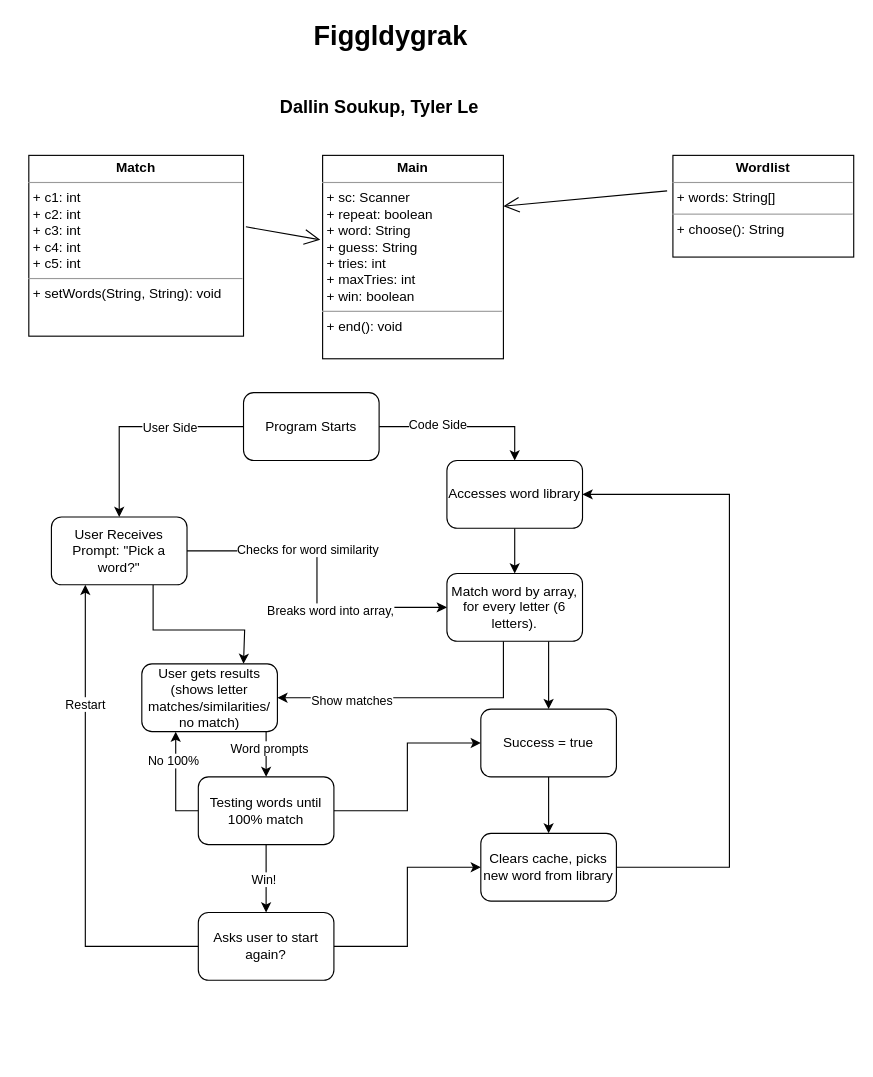
9652211/SANDERSON keeps this draw.io diagram as test.drawio. Above is the earlier version. Source tidied: cells renumbered, new cells numbered last; positions are measured from the earlier drawing's top-left corner, leaving out a move shared by most shapes. Both pictures are drawn from the tidied source at 113%, with x=0, y=0 at pixel (28, 19).
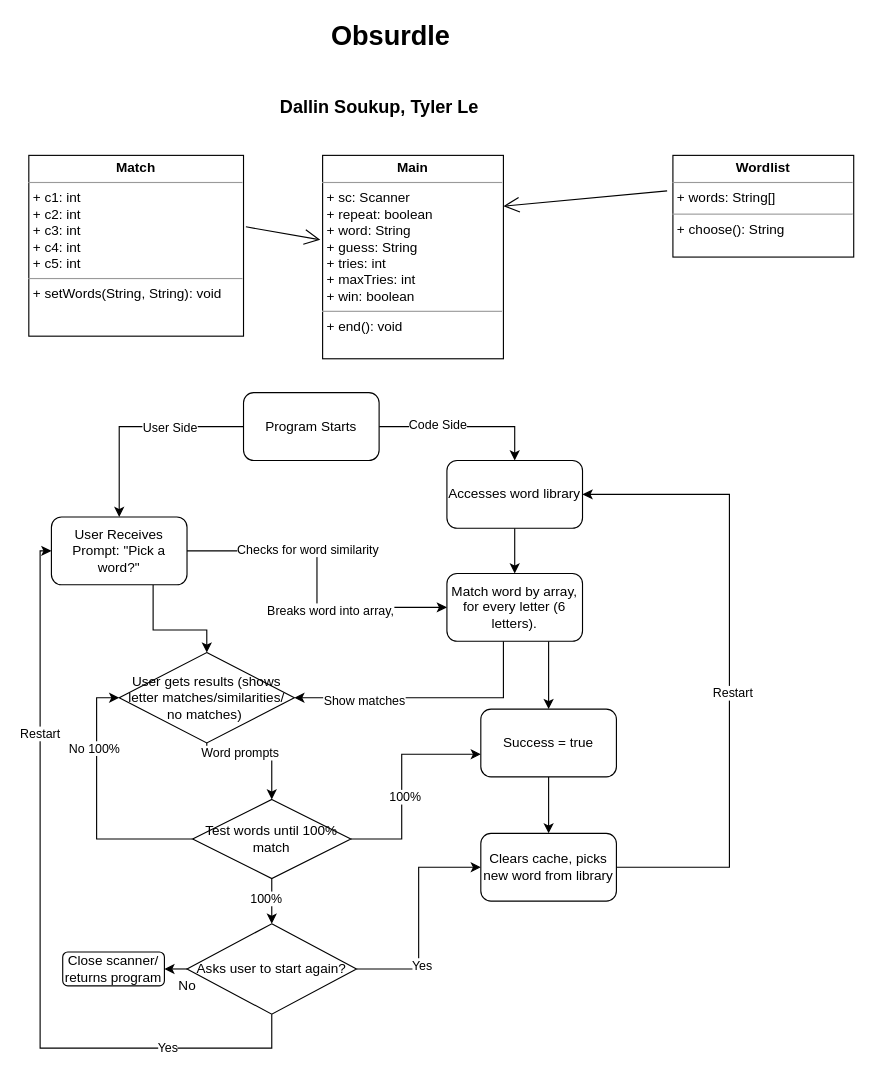
The same diagram, later.

Unchanged cells that the change refers to:
```xml
<mxCell id="20" value="User Receives Prompt: &quot;Pick a word?&quot;" style="rounded=1;whiteSpace=wrap;html=1;" parent="1" vertex="1">
  <mxGeometry x="20" y="440" width="120" height="60" as="geometry" />
</mxCell>
<mxCell id="24" value="Match word by array, for every letter (6 letters)." style="rounded=1;whiteSpace=wrap;html=1;" parent="1" vertex="1">
  <mxGeometry x="370" y="490" width="120" height="60" as="geometry" />
</mxCell>
<mxCell id="39" value="Success = true" style="rounded=1;whiteSpace=wrap;html=1;" parent="1" vertex="1">
  <mxGeometry x="400" y="610" width="120" height="60" as="geometry" />
</mxCell>
<mxCell id="40" style="edgeStyle=orthogonalEdgeStyle;rounded=0;jettySize=auto;html=1;entryX=1;entryY=0.5;entryDx=0;entryDy=0;" parent="1" edge="1" source="41" target="15">
  <mxGeometry relative="1" as="geometry">
    <Array as="points">
      <mxPoint x="620" y="750" />
      <mxPoint x="620" y="420" />
    </Array>
  </mxGeometry>
</mxCell>
<mxCell id="41" value="Clears cache, picks new word from library" style="rounded=1;whiteSpace=wrap;html=1;" parent="1" vertex="1">
  <mxGeometry x="400" y="720" width="120" height="60" as="geometry" />
</mxCell>
```

Change to the diagram source:
```diff
@@
-    <mxCell id="2" value="Figgldygrak" style="text;strokeColor=none;fillColor=none;html=1;fontSize=24;fontStyle=1;verticalAlign=middle;align=center;" parent="1" vertex="1">
+    <mxCell id="2" value="Obsurdle" style="text;strokeColor=none;fillColor=none;html=1;fontSize=24;fontStyle=1;verticalAlign=middle;align=center;" parent="1" vertex="1">
       <mxGeometry x="240" width="160" height="30" as="geometry" />
     </mxCell>
@@
-    <mxCell id="19" style="edgeStyle=orthogonalEdgeStyle;rounded=0;orthogonalLoop=1;jettySize=auto;html=1;" parent="1" edge="1">
+    <mxCell id="19" style="edgeStyle=orthogonalEdgeStyle;rounded=0;jettySize=auto;html=1;entryX=0.5;entryY=0;entryDx=0;entryDy=0;" parent="1" edge="1" target="47">
       <mxGeometry relative="1" as="geometry">
         <mxPoint x="110" y="500" as="sourcePoint" />
-        <mxPoint x="190" y="570" as="targetPoint" />
         <Array as="points">
           <mxPoint x="110" y="540" />
-          <mxPoint x="191" y="540" />
+          <mxPoint x="158" y="540" />
         </Array>
       </mxGeometry>
     </mxCell>
@@
-    <mxCell id="21" style="edgeStyle=orthogonalEdgeStyle;rounded=0;jettySize=auto;html=1;entryX=1;entryY=0.5;entryDx=0;entryDy=0;" parent="1" edge="1" source="24" target="27">
+    <mxCell id="21" style="edgeStyle=orthogonalEdgeStyle;rounded=0;jettySize=auto;html=1;entryX=1;entryY=0.5;entryDx=0;entryDy=0;" parent="1" edge="1" source="24" target="47">
       <mxGeometry relative="1" as="geometry">
         <Array as="points">
           <mxPoint x="420" y="600" />
         </Array>
       </mxGeometry>
     </mxCell>
@@
-    <mxCell id="25" style="edgeStyle=orthogonalEdgeStyle;rounded=0;jettySize=auto;html=1;entryX=0.5;entryY=0;entryDx=0;entryDy=0;" parent="1" edge="1" source="27" target="33">
+    <mxCell id="25" style="edgeStyle=orthogonalEdgeStyle;rounded=0;jettySize=auto;html=1;entryX=0.5;entryY=0;entryDx=0;entryDy=0;exitX=0.5;exitY=1;exitDx=0;exitDy=0;" parent="1" edge="1" source="47" target="51">
       <mxGeometry relative="1" as="geometry">
         <Array as="points">
-          <mxPoint x="210" y="630" />
-          <mxPoint x="210" y="630" />
+          <mxPoint x="158" y="650" />
+          <mxPoint x="215" y="650" />
         </Array>
       </mxGeometry>
     </mxCell>
@@
-    <mxCell id="27" value="User gets results (shows letter matches/similarities/&lt;br&gt;no match)" style="rounded=1;whiteSpace=wrap;html=1;" parent="1" vertex="1">
-      <mxGeometry x="100" y="570" width="120" height="60" as="geometry" />
-    </mxCell>
-    <mxCell id="28" style="edgeStyle=orthogonalEdgeStyle;rounded=0;jettySize=auto;html=1;exitX=0;exitY=0.5;exitDx=0;exitDy=0;entryX=0.25;entryY=1;entryDx=0;entryDy=0;" parent="1" edge="1" source="33" target="27">
-      <mxGeometry relative="1" as="geometry" />
+    <mxCell id="28" style="edgeStyle=orthogonalEdgeStyle;rounded=0;jettySize=auto;html=1;exitX=0;exitY=0.5;exitDx=0;exitDy=0;entryX=0;entryY=0.5;entryDx=0;entryDy=0;" parent="1" edge="1" source="51" target="47">
+      <mxGeometry relative="1" as="geometry">
+        <Array as="points">
+          <mxPoint x="60" y="725" />
+          <mxPoint x="60" y="600" />
+        </Array>
+      </mxGeometry>
     </mxCell>
@@
-    <mxCell id="30" style="edgeStyle=orthogonalEdgeStyle;rounded=0;jettySize=auto;html=1;" parent="1" edge="1" source="33">
-      <mxGeometry relative="1" as="geometry">
-        <mxPoint x="210" y="790" as="targetPoint" />
-      </mxGeometry>
+    <mxCell id="30" style="edgeStyle=orthogonalEdgeStyle;rounded=0;jettySize=auto;html=1;entryX=0.5;entryY=0;entryDx=0;entryDy=0;exitX=0.5;exitY=1;exitDx=0;exitDy=0;" parent="1" edge="1" source="51" target="37">
+      <mxGeometry relative="1" as="geometry" />
     </mxCell>
-    <mxCell id="31" value="Win!" style="edgeLabel;html=1;align=center;verticalAlign=middle;" parent="30" vertex="1">
+    <mxCell id="31" value="100%" style="edgeLabel;html=1;align=center;verticalAlign=middle;" parent="30" vertex="1">
       <mxGeometry x="-0.01" y="-3" relative="1" as="geometry">
         <mxPoint x="-3" y="-3" as="offset" />
       </mxGeometry>
     </mxCell>
-    <mxCell id="32" style="edgeStyle=orthogonalEdgeStyle;rounded=0;jettySize=auto;html=1;" parent="1" edge="1" source="33" target="39">
-      <mxGeometry relative="1" as="geometry" />
+    <mxCell id="32" style="edgeStyle=orthogonalEdgeStyle;rounded=0;jettySize=auto;html=1;exitX=1;exitY=0.5;exitDx=0;exitDy=0;" parent="1" edge="1" source="51" target="39">
+      <mxGeometry relative="1" as="geometry">
+        <Array as="points">
+          <mxPoint x="330" y="725" />
+          <mxPoint x="330" y="650" />
+        </Array>
+      </mxGeometry>
     </mxCell>
-    <mxCell id="33" value="Testing words until 100% match" style="rounded=1;whiteSpace=wrap;html=1;" parent="1" vertex="1">
-      <mxGeometry x="150" y="670" width="120" height="60" as="geometry" />
-    </mxCell>
+    <mxCell id="42" value="100%" style="edgeLabel;html=1;align=center;verticalAlign=middle;" parent="32" vertex="1">
+      <mxGeometry x="-0.13" y="-2" relative="1" as="geometry" />
+    </mxCell>
-    <mxCell id="34" style="edgeStyle=orthogonalEdgeStyle;rounded=0;jettySize=auto;html=1;entryX=0.25;entryY=1;entryDx=0;entryDy=0;" parent="1" edge="1" source="37" target="20">
-      <mxGeometry relative="1" as="geometry" />
+    <mxCell id="34" style="edgeStyle=orthogonalEdgeStyle;rounded=0;jettySize=auto;html=1;entryX=0;entryY=0.5;entryDx=0;entryDy=0;exitX=0.5;exitY=1;exitDx=0;exitDy=0;" parent="1" edge="1" source="37" target="20">
+      <mxGeometry relative="1" as="geometry">
+        <Array as="points">
+          <mxPoint x="215" y="910" />
+          <mxPoint x="10" y="910" />
+          <mxPoint x="10" y="470" />
+        </Array>
+      </mxGeometry>
     </mxCell>
@@
+    <mxCell id="43" value="Yes" style="edgeLabel;html=1;align=center;verticalAlign=middle;" parent="34" vertex="1">
+      <mxGeometry x="-0.64" y="-1" relative="1" as="geometry" />
+    </mxCell>
-    <mxCell id="36" style="edgeStyle=orthogonalEdgeStyle;rounded=0;jettySize=auto;html=1;entryX=0;entryY=0.5;entryDx=0;entryDy=0;" parent="1" edge="1" source="37" target="41">
+    <mxCell id="36" style="edgeStyle=orthogonalEdgeStyle;rounded=0;jettySize=auto;html=1;entryX=0;entryY=0.5;entryDx=0;entryDy=0;exitX=1;exitY=0.5;exitDx=0;exitDy=0;" parent="1" edge="1" source="37" target="41">
       <mxGeometry relative="1" as="geometry" />
     </mxCell>
-    <mxCell id="37" value="Asks user to start again?" style="rounded=1;whiteSpace=wrap;html=1;" parent="1" vertex="1">
-      <mxGeometry x="150" y="790" width="120" height="60" as="geometry" />
-    </mxCell>
-    <mxCell id="38" style="edgeStyle=orthogonalEdgeStyle;rounded=0;jettySize=auto;html=1;" parent="1" edge="1" source="39">
-      <mxGeometry relative="1" as="geometry">
-        <mxPoint x="460" y="720" as="targetPoint" />
-      </mxGeometry>
-    </mxCell>
+    <mxCell id="44" value="Yes" style="edgeLabel;html=1;align=center;verticalAlign=middle;" parent="36" vertex="1">
+      <mxGeometry x="-0.41" y="-2" relative="1" as="geometry" />
+    </mxCell>
+    <mxCell id="45" style="edgeStyle=orthogonalEdgeStyle;rounded=0;jettySize=auto;html=1;entryX=0.5;entryY=0;entryDx=0;entryDy=0;" parent="1" edge="1" source="39" target="41">
+      <mxGeometry relative="1" as="geometry" />
+    </mxCell>
@@
+    <mxCell id="46" value="Restart" style="edgeLabel;html=1;align=center;verticalAlign=middle;" parent="40" vertex="1">
+      <mxGeometry x="-0.09" y="-2" relative="1" as="geometry" />
+    </mxCell>
@@
+    <mxCell id="47" value="User gets results (shows letter matches/similarities/&lt;br&gt;no matches)&amp;nbsp;" style="rhombus;whiteSpace=wrap;html=1;" parent="1" vertex="1">
+      <mxGeometry x="80" y="560" width="155" height="80" as="geometry" />
+    </mxCell>
+    <mxCell id="48" style="edgeStyle=orthogonalEdgeStyle;rounded=0;jettySize=auto;html=1;" parent="1" edge="1" source="37">
+      <mxGeometry relative="1" as="geometry">
+        <mxPoint x="120" y="840" as="targetPoint" />
+      </mxGeometry>
+    </mxCell>
+    <mxCell id="37" value="Asks user to start again?" style="rhombus;whiteSpace=wrap;html=1;" parent="1" vertex="1">
+      <mxGeometry x="140" y="800" width="150" height="80" as="geometry" />
+    </mxCell>
+    <mxCell id="49" value="Close scanner/&lt;br&gt;returns program&lt;br&gt;" style="rounded=1;whiteSpace=wrap;html=1;" parent="1" vertex="1">
+      <mxGeometry x="30" y="825" width="90" height="30" as="geometry" />
+    </mxCell>
+    <mxCell id="50" value="No" style="text;html=1;align=center;verticalAlign=middle;strokeColor=none;fillColor=none;" parent="1" vertex="1">
+      <mxGeometry x="120" y="840" width="40" height="30" as="geometry" />
+    </mxCell>
+    <mxCell id="51" value="Test words until 100% match" style="rhombus;whiteSpace=wrap;html=1;" parent="1" vertex="1">
+      <mxGeometry x="145" y="690" width="140" height="70" as="geometry" />
+    </mxCell>
```
